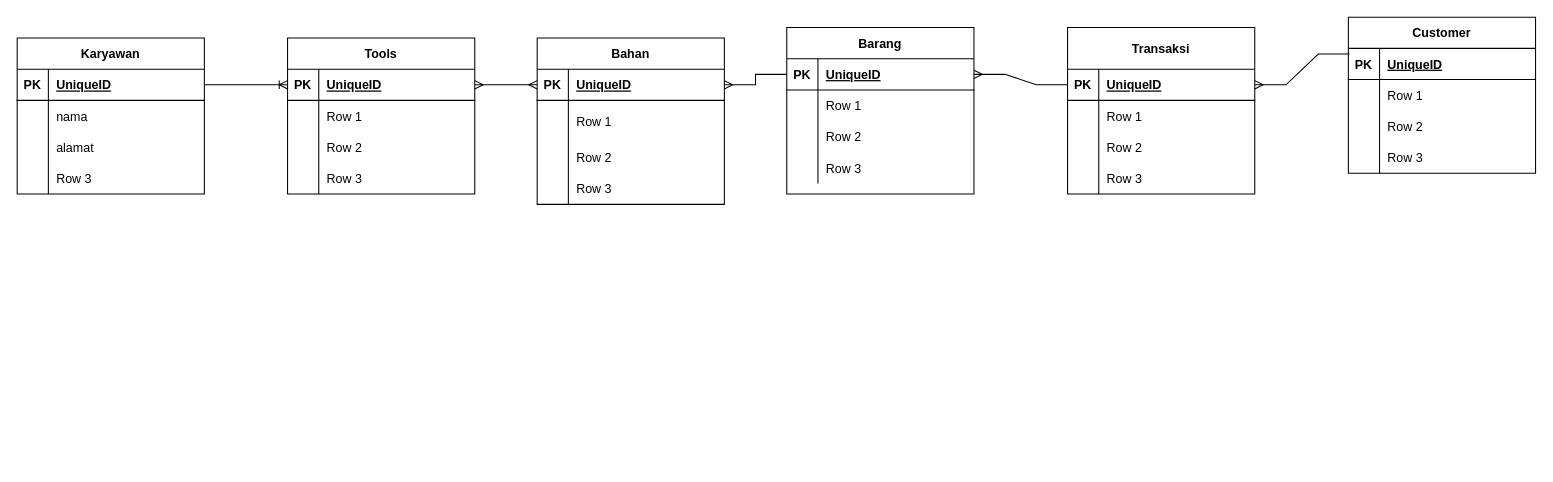
Earlier version of the draw.io diagram Untitled Diagram.drawio (zamzam-mugny/sage.github.io). Source tidied: cells renumbered, new cells numbered last; positions are measured from the earlier drawing's top-left corner, leaving out a move shared by most shapes. Both pictures are drawn from the tidied source at 104%, with x=0, y=0 at pixel (17, 17).
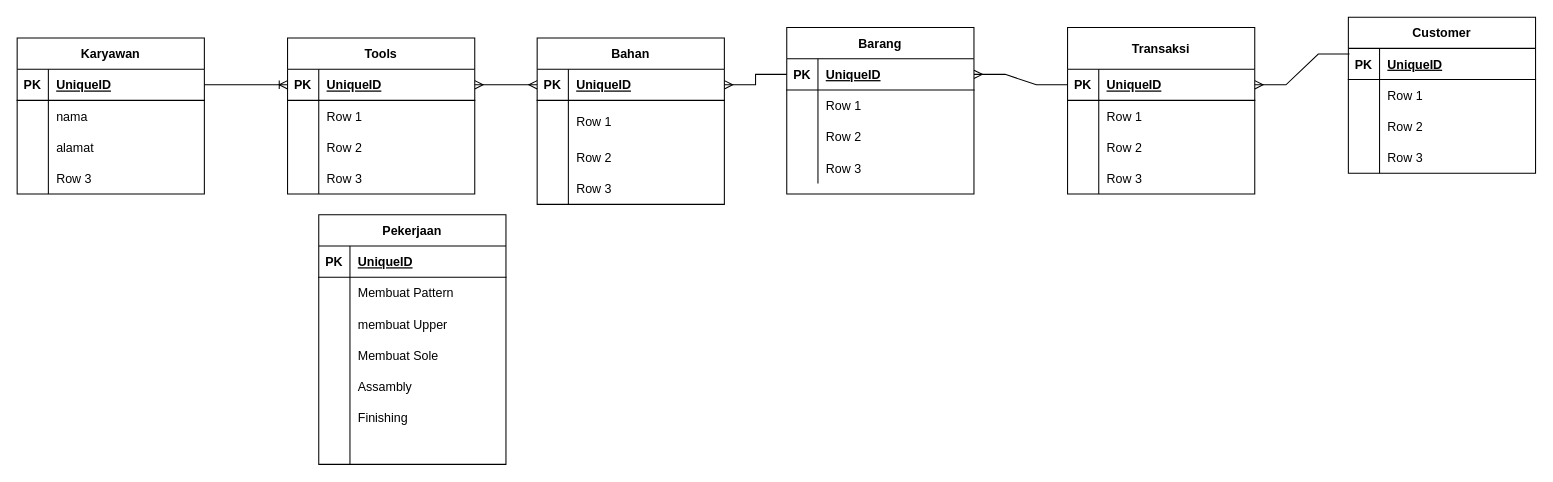
The same diagram, later.

Diff of the diagram source:
```diff
@@
+    <mxCell id="85" value="Pekerjaan" style="shape=table;startSize=30;childLayout=tableLayout;rowLines=0;fontStyle=1;align=center;" parent="1" vertex="1">
+      <mxGeometry x="290" y="190" width="180" height="240" as="geometry" />
+    </mxCell>
+    <mxCell id="86" style="shape=tableRow;horizontal=0;startSize=0;swimlaneHead=0;swimlaneBody=0;fillColor=none;top=0;left=0;right=0;bottom=1;" parent="85" vertex="1">
+      <mxGeometry y="30" width="180" height="30" as="geometry" />
+    </mxCell>
+    <mxCell id="87" value="PK" style="shape=partialRectangle;fillColor=none;top=0;left=0;bottom=0;right=0;fontStyle=1;overflow=hidden;" parent="86" vertex="1">
+      <mxGeometry width="30" height="30" as="geometry" />
+    </mxCell>
+    <mxCell id="88" value="UniqueID" style="shape=partialRectangle;fillColor=none;top=0;left=0;bottom=0;right=0;align=left;spacingLeft=6;fontStyle=5;overflow=hidden;" parent="86" vertex="1">
+      <mxGeometry x="30" width="150" height="30" as="geometry" />
+    </mxCell>
+    <mxCell id="89" style="shape=tableRow;horizontal=0;startSize=0;swimlaneHead=0;swimlaneBody=0;fillColor=none;top=0;left=0;right=0;bottom=0;" parent="85" vertex="1">
+      <mxGeometry y="60" width="180" height="30" as="geometry" />
+    </mxCell>
+    <mxCell id="90" style="shape=partialRectangle;fillColor=none;top=0;left=0;bottom=0;right=0;overflow=hidden;" parent="89" vertex="1">
+      <mxGeometry width="30" height="30" as="geometry" />
+    </mxCell>
+    <mxCell id="91" value="Membuat Pattern" style="shape=partialRectangle;fillColor=none;top=0;left=0;bottom=0;right=0;align=left;spacingLeft=6;overflow=hidden;" parent="89" vertex="1">
+      <mxGeometry x="30" width="150" height="30" as="geometry" />
+    </mxCell>
+    <mxCell id="92" style="shape=tableRow;horizontal=0;startSize=0;swimlaneHead=0;swimlaneBody=0;fillColor=none;top=0;left=0;right=0;bottom=0;" parent="85" vertex="1">
+      <mxGeometry y="90" width="180" height="30" as="geometry" />
+    </mxCell>
+    <mxCell id="93" style="shape=partialRectangle;fillColor=none;top=0;left=0;bottom=0;right=0;overflow=hidden;" parent="92" vertex="1">
+      <mxGeometry width="30" height="30" as="geometry" />
+    </mxCell>
+    <mxCell id="94" value="membuat Upper" style="shape=partialRectangle;fillColor=none;top=0;left=0;bottom=0;right=0;align=left;spacingLeft=6;overflow=hidden;" parent="92" vertex="1">
+      <mxGeometry x="30" width="150" height="30" as="geometry" />
+    </mxCell>
+    <mxCell id="95" style="shape=tableRow;horizontal=0;startSize=0;swimlaneHead=0;swimlaneBody=0;fillColor=none;top=0;left=0;right=0;bottom=0;" parent="85" vertex="1">
+      <mxGeometry y="120" width="180" height="30" as="geometry" />
+    </mxCell>
+    <mxCell id="96" style="shape=partialRectangle;fillColor=none;top=0;left=0;bottom=0;right=0;overflow=hidden;" parent="95" vertex="1">
+      <mxGeometry width="30" height="30" as="geometry" />
+    </mxCell>
+    <mxCell id="97" value="Membuat Sole    " style="shape=partialRectangle;fillColor=none;top=0;left=0;bottom=0;right=0;align=left;spacingLeft=6;overflow=hidden;" parent="95" vertex="1">
+      <mxGeometry x="30" width="150" height="30" as="geometry" />
+    </mxCell>
+    <mxCell id="98" style="shape=tableRow;horizontal=0;startSize=0;swimlaneHead=0;swimlaneBody=0;fillColor=none;top=0;left=0;right=0;bottom=0;" parent="85" vertex="1">
+      <mxGeometry y="150" width="180" height="30" as="geometry" />
+    </mxCell>
+    <mxCell id="99" style="shape=partialRectangle;fillColor=none;top=0;left=0;bottom=0;right=0;overflow=hidden;" parent="98" vertex="1">
+      <mxGeometry width="30" height="30" as="geometry" />
+    </mxCell>
+    <mxCell id="100" value="Assambly" style="shape=partialRectangle;fillColor=none;top=0;left=0;bottom=0;right=0;align=left;spacingLeft=6;overflow=hidden;" parent="98" vertex="1">
+      <mxGeometry x="30" width="150" height="30" as="geometry" />
+    </mxCell>
+    <mxCell id="101" style="shape=tableRow;horizontal=0;startSize=0;swimlaneHead=0;swimlaneBody=0;fillColor=none;top=0;left=0;right=0;bottom=0;" parent="85" vertex="1">
+      <mxGeometry y="180" width="180" height="30" as="geometry" />
+    </mxCell>
+    <mxCell id="102" style="shape=partialRectangle;fillColor=none;top=0;left=0;bottom=0;right=0;overflow=hidden;" parent="101" vertex="1">
+      <mxGeometry width="30" height="30" as="geometry" />
+    </mxCell>
+    <mxCell id="103" value="Finishing" style="shape=partialRectangle;fillColor=none;top=0;left=0;bottom=0;right=0;align=left;spacingLeft=6;overflow=hidden;" parent="101" vertex="1">
+      <mxGeometry x="30" width="150" height="30" as="geometry" />
+    </mxCell>
+    <mxCell id="104" style="shape=tableRow;horizontal=0;startSize=0;swimlaneHead=0;swimlaneBody=0;fillColor=none;top=0;left=0;right=0;bottom=0;" parent="85" vertex="1">
+      <mxGeometry y="210" width="180" height="30" as="geometry" />
+    </mxCell>
+    <mxCell id="105" style="shape=partialRectangle;fillColor=none;top=0;left=0;bottom=0;right=0;overflow=hidden;" parent="104" vertex="1">
+      <mxGeometry width="30" height="30" as="geometry" />
+    </mxCell>
+    <mxCell id="106" style="shape=partialRectangle;fillColor=none;top=0;left=0;bottom=0;right=0;align=left;spacingLeft=6;overflow=hidden;" parent="104" vertex="1">
+      <mxGeometry x="30" width="150" height="30" as="geometry" />
+    </mxCell>
```
